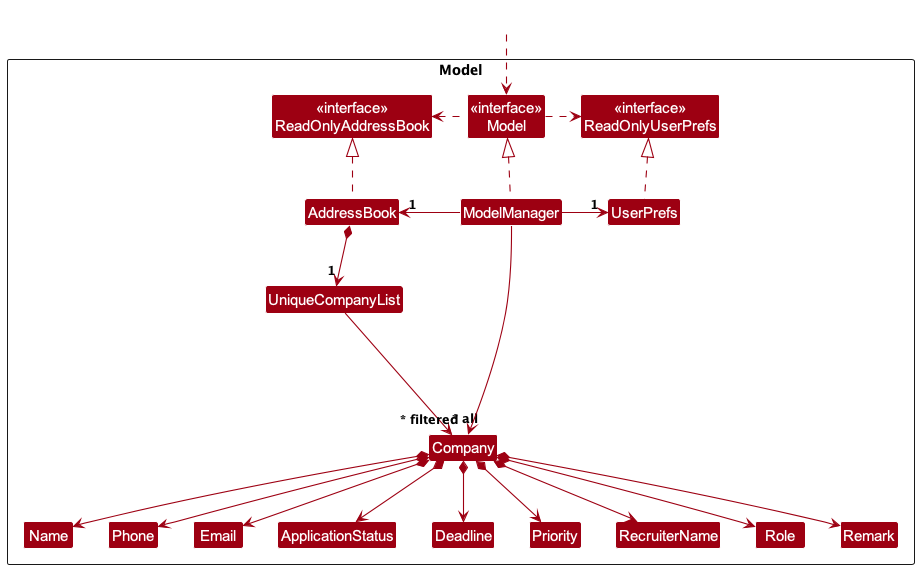
This is docs/images/ModelClassDiagram.png from tayruxin/tp, a PlantUML export, as it was before one commit.
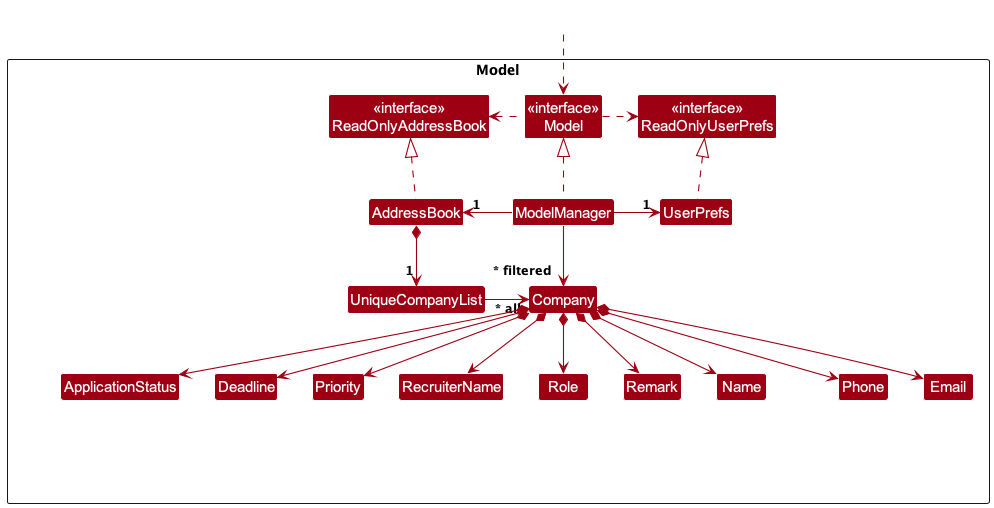
Later version of the same file.

Diff of the diagram source:
```diff
@@ -41,7 +41,7 @@
 UserPrefs .up.|> ReadOnlyUserPrefs
 
 AddressBook *--> "1" UniqueCompanyList
-UniqueCompanyList --> "~* all" Company
+UniqueCompanyList -left-> "~* all" Company
 Company *--> Email
 Company *--> Name
 Company *--> Phone
```
